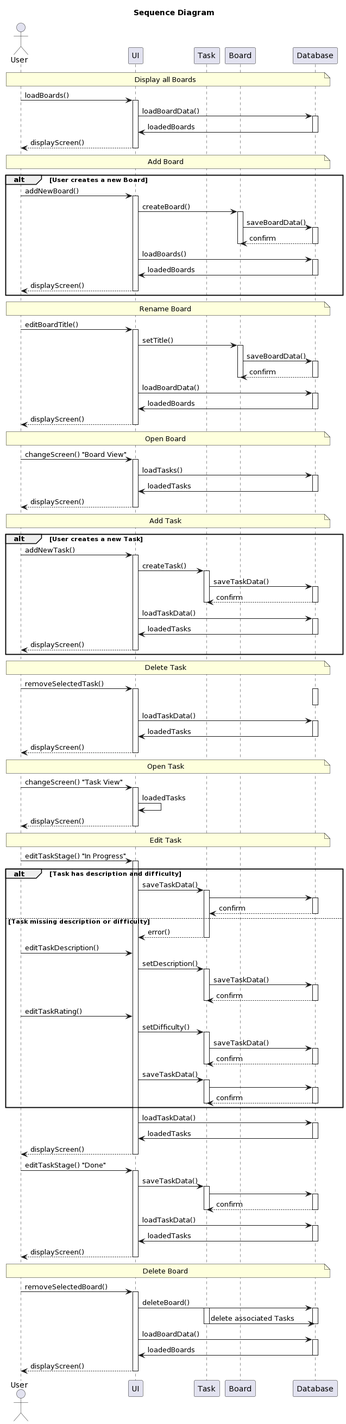
travisformayor/cli_kanban keeps this PlantUML diagram as diagrams/sequenceDiagram.png. Above is the earlier version.
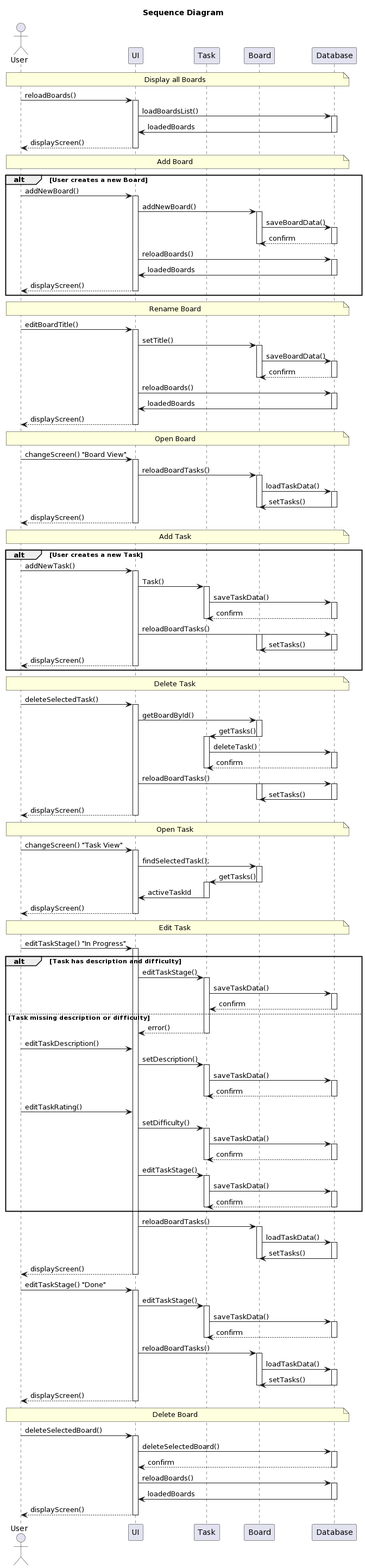
Above is the later version.

The edit, as a diff of the source:
```diff
@@ -8,9 +8,9 @@
 participant "Database" as DB
 
 note over User, DB: Display all Boards
-User -> UI: loadBoards()
+User -> UI: reloadBoards()
 activate UI
-UI -> DB: loadBoardData()
+UI -> DB: loadBoardsList()
 activate DB
 DB -> UI: loadedBoards
 deactivate DB
@@ -21,14 +21,14 @@
 alt User creates a new Board
   User -> UI: addNewBoard()
   activate UI
-  UI -> B: createBoard()
+  UI -> B: addNewBoard()
   activate B
   B -> DB: saveBoardData()
   activate DB
   DB --> B: confirm
   deactivate DB
   deactivate B
-  UI -> DB: loadBoards()
+  UI -> DB: reloadBoards()
   activate DB
   DB -> UI: loadedBoards
   deactivate DB
@@ -46,7 +46,7 @@
 DB --> B: confirm
 deactivate DB
 deactivate B
-UI -> DB: loadBoardData()
+UI -> DB: reloadBoards()
 activate DB
 DB -> UI: loadedBoards
 deactivate DB
@@ -56,10 +56,13 @@
 note over User, DB: Open Board
 User -> UI: changeScreen() "Board View"
 activate UI
-UI -> DB: loadTasks()
+UI -> B: reloadBoardTasks()
+activate B
+B -> DB: loadTaskData()
 activate DB
-DB -> UI: loadedTasks
+DB -> B: setTasks()
 deactivate DB
+deactivate B
 UI --> User: displayScreen()
 deactivate UI
 
@@ -67,29 +70,41 @@
 alt User creates a new Task
   User -> UI: addNewTask()
   activate UI
-  UI -> T: createTask()
+  UI -> T: Task()
   activate T
   T -> DB: saveTaskData()
   activate DB
   DB --> T: confirm
   deactivate DB
   deactivate T
-  UI -> DB: loadTaskData()
+  UI -> DB: reloadBoardTasks()
+  activate B
   activate DB
-  DB -> UI: loadedTasks
+  DB -> B: setTasks()
+  deactivate B
   deactivate DB
   UI --> User: displayScreen()
   deactivate UI
 end
 
 note over User, DB: Delete Task
-User -> UI: removeSelectedTask()
+User -> UI: deleteSelectedTask()
 activate UI
+UI -> B: getBoardById()
+activate B
+B -> T: getTasks()
+deactivate B
+activate T
+T -> DB: deleteTask()
 activate DB
+DB --> T: confirm
 deactivate DB
-UI -> DB: loadTaskData()
+deactivate T
+UI -> DB: reloadBoardTasks()
+activate B
 activate DB
-DB -> UI: loadedTasks
+DB -> B: setTasks()
+deactivate B
 deactivate DB
 UI --> User: displayScreen()
 deactivate UI
@@ -97,7 +112,13 @@
 note over User, DB: Open Task
 User -> UI: changeScreen() "Task View"
 activate UI
-UI -> UI: loadedTasks
+UI -> B: findSelectedTask();
+activate B
+B -> T: getTasks()
+deactivate B
+activate T
+T -> UI: activeTaskId
+deactivate T
 UI --> User: displayScreen()
 deactivate UI
 
@@ -105,9 +126,9 @@
 User -> UI: editTaskStage() "In Progress"
 activate UI
 alt Task has description and difficulty
-  UI -> T: saveTaskData()
+  UI -> T: editTaskStage()
   activate T
-  T -> DB:
+  T -> DB: saveTaskData()
   activate DB
   DB --> T: confirm
   deactivate DB
@@ -130,47 +151,52 @@
   DB --> T: confirm
   deactivate T
   deactivate DB
-  UI -> T: saveTaskData()
+  UI -> T: editTaskStage()
   activate T
-  T -> DB:
+  T -> DB: saveTaskData()
   activate DB
   DB --> T: confirm
   deactivate DB
   deactivate T
 end
-UI -> DB: loadTaskData()
+
+UI -> B: reloadBoardTasks()
+activate B
+B -> DB: loadTaskData()
 activate DB
-DB -> UI: loadedTasks
+DB -> B: setTasks()
 deactivate DB
+deactivate B
 UI --> User: displayScreen()
 deactivate UI
 
 User -> UI: editTaskStage() "Done"
 activate UI
-UI -> T: saveTaskData()
+UI -> T: editTaskStage()
 activate T
-T -> DB:
+T -> DB: saveTaskData()
 activate DB
 DB --> T: confirm
 deactivate T
 deactivate DB
-UI -> DB: loadTaskData()
+UI -> B: reloadBoardTasks()
+activate B
+B -> DB: loadTaskData()
 activate DB
-DB -> UI: loadedTasks
+DB -> B: setTasks()
 deactivate DB
+deactivate B
 UI --> User: displayScreen()
 deactivate UI
 
 note over User, DB: Delete Board
-User -> UI: removeSelectedBoard()
+User -> UI: deleteSelectedBoard()
 activate UI
-UI -> DB: deleteBoard()
+UI -> DB: deleteSelectedBoard()
 activate DB
-activate T
-T-> DB: delete associated Tasks
-deactivate T
+DB --> UI: confirm
 deactivate DB
-UI -> DB: loadBoardData()
+UI -> DB: reloadBoards()
 activate DB
 DB -> UI: loadedBoards
 deactivate DB
```
